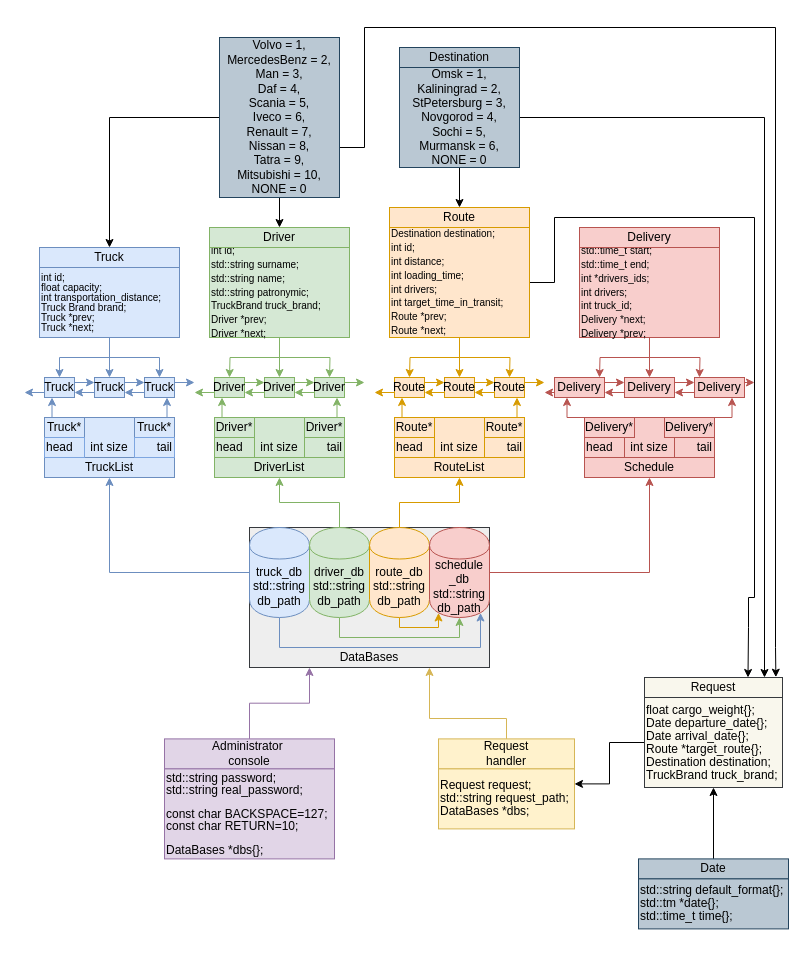
Earlier version of the draw.io diagram page "overall schema" (1 of 20) of CR/report/resources/overall_data_structure.drawio (kira607/labs_2sem). Source tidied: cells renumbered, new cells numbered last; positions are measured from the earlier drawing's top-left corner, leaving out a move shared by most shapes. Both pictures are drawn from the tidied source at 100%, with x=0, y=0 at pixel (24, 27).
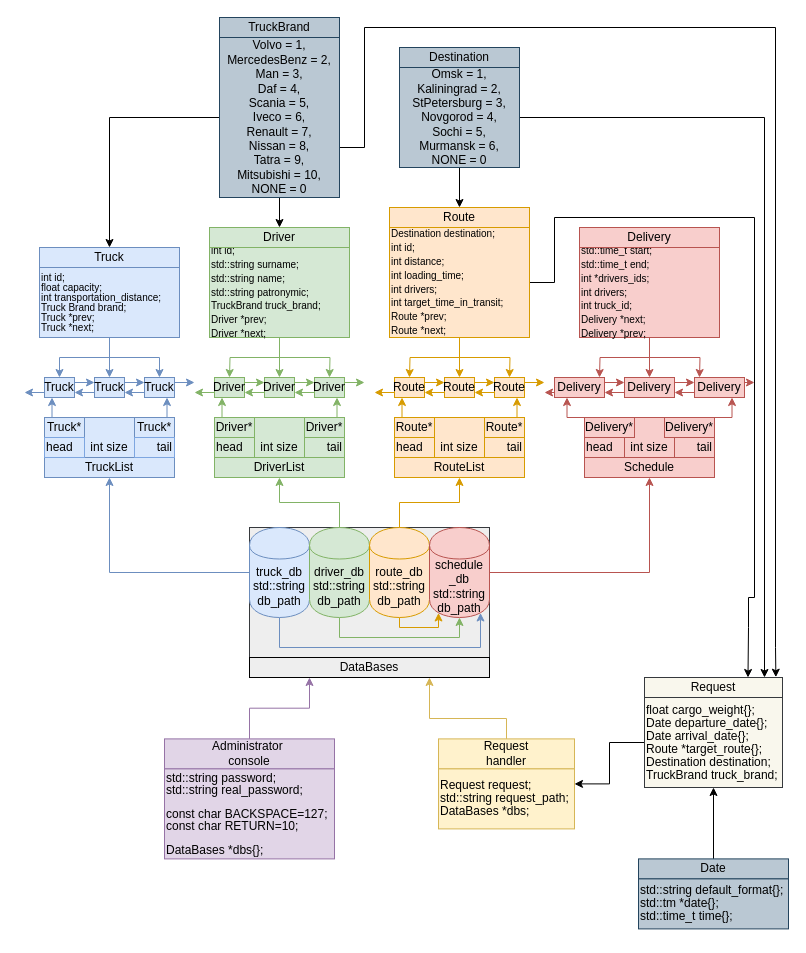
Above is the later version.

What changed in the source:
```diff
@@
-    <mxCell id="2" style="rounded=1;whiteSpace=wrap;html=1;arcSize=0;fillColor=#eeeeee;strokeColor=#36393d;" parent="1" vertex="1">
-      <mxGeometry x="225" y="500" width="240" height="140" as="geometry" />
+    <mxCell id="2" style="rounded=0;whiteSpace=wrap;html=1;arcSize=0;fillColor=#eeeeee;strokeColor=#36393d;" parent="1" vertex="1">
+      <mxGeometry x="225" y="500" width="240" height="150" as="geometry" />
     </mxCell>
@@
-    <mxCell id="14" value="DataBases" style="text;html=1;strokeColor=none;fillColor=none;align=center;verticalAlign=middle;whiteSpace=wrap;rounded=0;" parent="1" vertex="1">
-      <mxGeometry x="310" y="620" width="70" height="20" as="geometry" />
+    <mxCell id="14" value="DataBases" style="text;html=1;strokeColor=#000000;fillColor=#EEEEEE;align=center;verticalAlign=middle;whiteSpace=wrap;rounded=0;arcSize=0;" parent="1" vertex="1">
+      <mxGeometry x="225" y="630" width="240" height="20" as="geometry" />
     </mxCell>
@@
+    <mxCell id="129" value="TruckBrand" style="rounded=0;whiteSpace=wrap;html=1;fillColor=#bac8d3;strokeColor=#23445d;" parent="1" vertex="1">
+      <mxGeometry x="195" y="-10" width="120" height="20" as="geometry" />
+    </mxCell>
```
